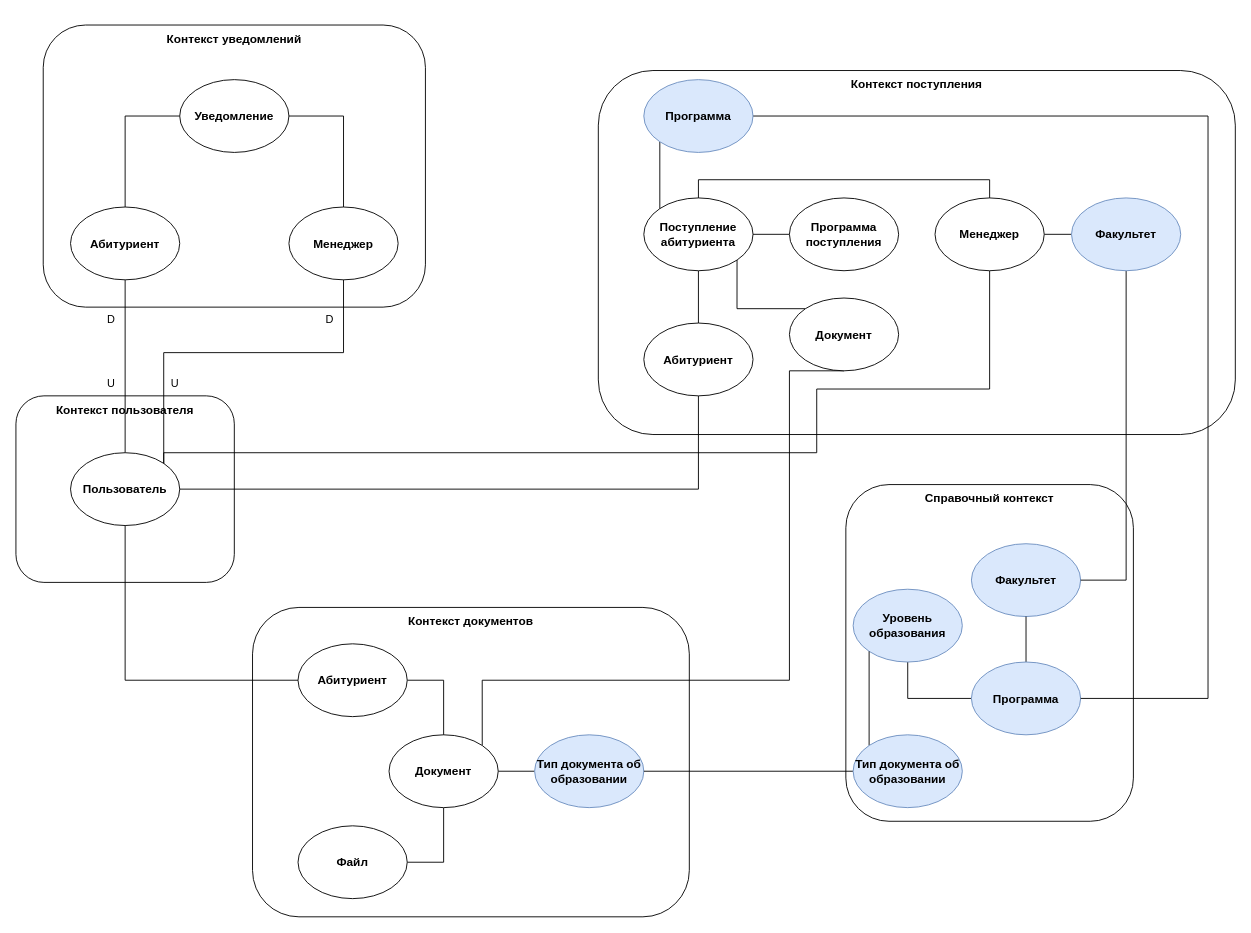
mikhail-belii/apa-system-backend keeps this draw.io diagram as page "Набросок контекстов" (2 of 3) of Applicant's personal account.drawio. Above is the earlier version. Source tidied: cells renumbered, new cells numbered last; positions are measured from the earlier drawing's top-left corner, leaving out a move shared by most shapes. Both pictures are drawn from the tidied source at 91%, with x=0, y=0 at pixel (15, 25).
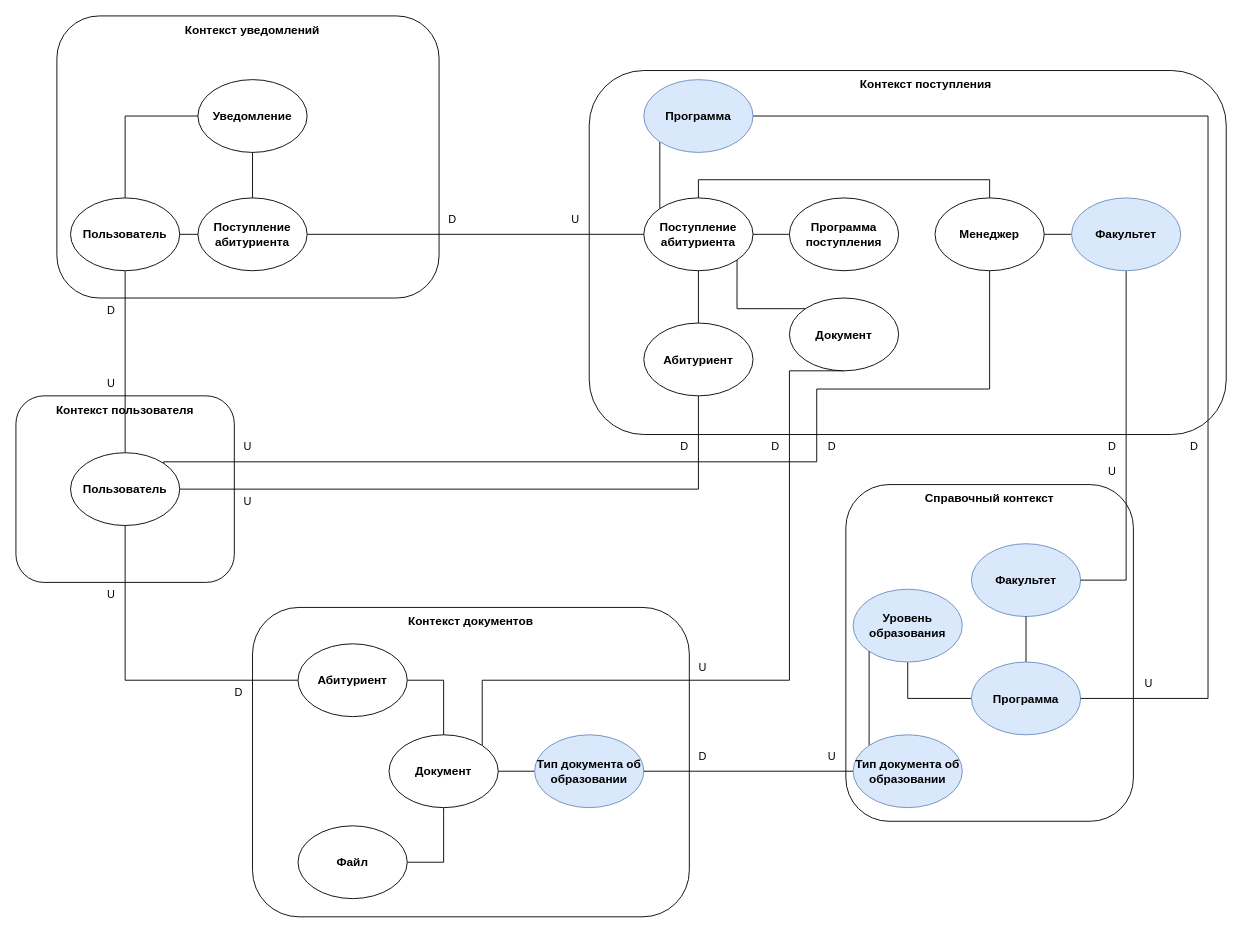
The same diagram, later.

Unchanged cells that the change refers to:
```xml
<mxCell id="6" value="Пользователь" style="ellipse;whiteSpace=wrap;html=1;fontStyle=1;fontSize=13;" parent="1" vertex="1">
  <mxGeometry x="60" y="470" width="120" height="80" as="geometry" />
</mxCell>
<mxCell id="40" value="Менеджер" style="ellipse;whiteSpace=wrap;html=1;fontStyle=1;fontSize=13;" parent="1" vertex="1">
  <mxGeometry x="1010" y="190" width="120" height="80" as="geometry" />
</mxCell>
<mxCell id="45" value="Поступление абитуриента" style="ellipse;whiteSpace=wrap;html=1;fontStyle=1;fontSize=13;" parent="1" vertex="1">
  <mxGeometry x="690" y="190" width="120" height="80" as="geometry" />
</mxCell>
```

The edit, as a diff of the source:
```diff
@@
     <mxCell id="5" style="edgeStyle=orthogonalEdgeStyle;rounded=0;jettySize=auto;html=1;exitX=1;exitY=1;exitDx=0;exitDy=0;entryX=0.5;entryY=1;entryDx=0;entryDy=0;endArrow=none;endFill=0;" parent="1" edge="1" source="6" target="40">
       <mxGeometry relative="1" as="geometry">
         <Array as="points">
-          <mxPoint x="162" y="470" />
-          <mxPoint x="880" y="470" />
+          <mxPoint x="162" y="480" />
+          <mxPoint x="880" y="480" />
           <mxPoint x="880" y="400" />
           <mxPoint x="1070" y="400" />
         </Array>
       </mxGeometry>
     </mxCell>
@@
-    <mxCell id="8" value="Абитуриент" style="ellipse;whiteSpace=wrap;html=1;fontStyle=1;fontSize=13;" parent="1" vertex="1">
-      <mxGeometry x="60" y="200" width="120" height="80" as="geometry" />
+    <mxCell id="8" value="Пользователь" style="ellipse;whiteSpace=wrap;html=1;fontStyle=1;fontSize=13;" parent="1" vertex="1">
+      <mxGeometry x="60" y="190" width="120" height="80" as="geometry" />
     </mxCell>
-    <mxCell id="9" value="Менеджер" style="ellipse;whiteSpace=wrap;html=1;fontStyle=1;fontSize=13;" parent="1" vertex="1">
-      <mxGeometry x="300" y="200" width="120" height="80" as="geometry" />
-    </mxCell>
-    <mxCell id="10" style="edgeStyle=orthogonalEdgeStyle;rounded=0;jettySize=auto;html=1;exitX=1;exitY=0.5;exitDx=0;exitDy=0;entryX=0.5;entryY=0;entryDx=0;entryDy=0;endArrow=none;endFill=0;" parent="1" edge="1" source="11" target="9">
-      <mxGeometry relative="1" as="geometry" />
-    </mxCell>
     <mxCell id="11" value="Уведомление" style="ellipse;whiteSpace=wrap;html=1;fontStyle=1;fontSize=13;" parent="1" vertex="1">
-      <mxGeometry x="180" y="60" width="120" height="80" as="geometry" />
+      <mxGeometry x="200" y="60" width="120" height="80" as="geometry" />
     </mxCell>
-    <mxCell id="12" style="edgeStyle=orthogonalEdgeStyle;rounded=0;jettySize=auto;html=1;entryX=0.5;entryY=1;entryDx=0;entryDy=0;exitX=1;exitY=0;exitDx=0;exitDy=0;endArrow=none;endFill=0;" parent="1" edge="1" source="6" target="9">
-      <mxGeometry relative="1" as="geometry">
-        <Array as="points">
-          <mxPoint x="162" y="360" />
-          <mxPoint x="360" y="360" />
-        </Array>
-      </mxGeometry>
-    </mxCell>
     <mxCell id="13" style="rounded=1;whiteSpace=wrap;html=1;fillColor=none;fontColor=default;shadow=0;glass=0;" parent="1" vertex="1">
-      <mxGeometry x="30" width="420" height="310" as="geometry" />
+      <mxGeometry x="45" y="-10" width="420" height="310" as="geometry" />
     </mxCell>
     <mxCell id="14" value="Контекст уведомлений" style="text;html=1;align=center;verticalAlign=middle;whiteSpace=wrap;rounded=0;fontStyle=1;fontSize=13;" parent="1" vertex="1">
-      <mxGeometry x="155" width="170" height="30" as="geometry" />
+      <mxGeometry x="175" y="-10" width="170" height="30" as="geometry" />
     </mxCell>
@@
-    <mxCell id="18" value="U" style="text;html=1;align=center;verticalAlign=middle;whiteSpace=wrap;rounded=0;" parent="1" vertex="1">
-      <mxGeometry x="160" y="380" width="30" height="27.5" as="geometry" />
-    </mxCell>
     <mxCell id="19" value="D" style="text;html=1;align=center;verticalAlign=middle;whiteSpace=wrap;rounded=0;" parent="1" vertex="1">
-      <mxGeometry x="90" y="310" width="30" height="27.5" as="geometry" />
+      <mxGeometry x="90" y="300" width="30" height="27.5" as="geometry" />
     </mxCell>
-    <mxCell id="20" value="D" style="text;html=1;align=center;verticalAlign=middle;whiteSpace=wrap;rounded=0;" parent="1" vertex="1">
-      <mxGeometry x="330" y="310" width="30" height="27.5" as="geometry" />
-    </mxCell>
@@
     <mxCell id="52" style="rounded=1;whiteSpace=wrap;html=1;fillColor=none;fontColor=default;shadow=0;glass=0;" parent="1" vertex="1">
-      <mxGeometry x="640" y="50" width="700" height="400" as="geometry" />
+      <mxGeometry x="630" y="50" width="700" height="400" as="geometry" />
     </mxCell>
@@
     <mxCell id="57" value="Контекст поступления" style="text;html=1;align=center;verticalAlign=middle;whiteSpace=wrap;rounded=0;fontSize=13;fontStyle=1;" parent="1" vertex="1">
-      <mxGeometry x="915" y="50" width="150" height="30" as="geometry" />
+      <mxGeometry x="925" y="50" width="150" height="30" as="geometry" />
     </mxCell>
+    <mxCell id="58" style="edgeStyle=orthogonalEdgeStyle;rounded=0;jettySize=auto;html=1;exitX=0;exitY=0.5;exitDx=0;exitDy=0;entryX=1;entryY=0.5;entryDx=0;entryDy=0;endArrow=none;endFill=0;" parent="1" edge="1" source="61" target="8">
+      <mxGeometry relative="1" as="geometry" />
+    </mxCell>
+    <mxCell id="59" style="edgeStyle=orthogonalEdgeStyle;rounded=0;jettySize=auto;html=1;exitX=0.5;exitY=0;exitDx=0;exitDy=0;entryX=0.5;entryY=1;entryDx=0;entryDy=0;endArrow=none;endFill=0;" parent="1" edge="1" source="61" target="11">
+      <mxGeometry relative="1" as="geometry" />
+    </mxCell>
+    <mxCell id="60" style="edgeStyle=orthogonalEdgeStyle;rounded=0;jettySize=auto;html=1;exitX=1;exitY=0.5;exitDx=0;exitDy=0;entryX=0;entryY=0.5;entryDx=0;entryDy=0;endArrow=none;endFill=0;" parent="1" edge="1" source="61" target="45">
+      <mxGeometry relative="1" as="geometry" />
+    </mxCell>
+    <mxCell id="61" value="Поступление абитуриента" style="ellipse;whiteSpace=wrap;html=1;fontStyle=1;fontSize=13;" parent="1" vertex="1">
+      <mxGeometry x="200" y="190" width="120" height="80" as="geometry" />
+    </mxCell>
+    <mxCell id="62" value="U" style="text;html=1;align=center;verticalAlign=middle;whiteSpace=wrap;rounded=0;" parent="1" vertex="1">
+      <mxGeometry x="240" y="450" width="30" height="27.5" as="geometry" />
+    </mxCell>
+    <mxCell id="63" value="U" style="text;html=1;align=center;verticalAlign=middle;whiteSpace=wrap;rounded=0;" parent="1" vertex="1">
+      <mxGeometry x="240" y="510" width="30" height="27.5" as="geometry" />
+    </mxCell>
+    <mxCell id="64" value="U" style="text;html=1;align=center;verticalAlign=middle;whiteSpace=wrap;rounded=0;" parent="1" vertex="1">
+      <mxGeometry x="90" y="612.5" width="30" height="27.5" as="geometry" />
+    </mxCell>
+    <mxCell id="65" value="D" style="text;html=1;align=center;verticalAlign=middle;whiteSpace=wrap;rounded=0;" parent="1" vertex="1">
+      <mxGeometry x="230" y="720" width="30" height="27.5" as="geometry" />
+    </mxCell>
+    <mxCell id="66" value="D" style="text;html=1;align=center;verticalAlign=middle;whiteSpace=wrap;rounded=0;" parent="1" vertex="1">
+      <mxGeometry x="720" y="450" width="30" height="27.5" as="geometry" />
+    </mxCell>
+    <mxCell id="67" value="D" style="text;html=1;align=center;verticalAlign=middle;whiteSpace=wrap;rounded=0;" parent="1" vertex="1">
+      <mxGeometry x="882" y="450" width="30" height="27.5" as="geometry" />
+    </mxCell>
+    <mxCell id="68" value="U" style="text;html=1;align=center;verticalAlign=middle;whiteSpace=wrap;rounded=0;" parent="1" vertex="1">
+      <mxGeometry x="740" y="692.5" width="30" height="27.5" as="geometry" />
+    </mxCell>
+    <mxCell id="69" value="D" style="text;html=1;align=center;verticalAlign=middle;whiteSpace=wrap;rounded=0;" parent="1" vertex="1">
+      <mxGeometry x="820" y="450" width="30" height="27.5" as="geometry" />
+    </mxCell>
+    <mxCell id="70" value="U" style="text;html=1;align=center;verticalAlign=middle;whiteSpace=wrap;rounded=0;" parent="1" vertex="1">
+      <mxGeometry x="882" y="790" width="30" height="27.5" as="geometry" />
+    </mxCell>
+    <mxCell id="71" value="D" style="text;html=1;align=center;verticalAlign=middle;whiteSpace=wrap;rounded=0;" parent="1" vertex="1">
+      <mxGeometry x="740" y="790" width="30" height="27.5" as="geometry" />
+    </mxCell>
+    <mxCell id="72" value="U" style="text;html=1;align=center;verticalAlign=middle;whiteSpace=wrap;rounded=0;" parent="1" vertex="1">
+      <mxGeometry x="1230" y="710" width="30" height="27.5" as="geometry" />
+    </mxCell>
+    <mxCell id="73" value="U" style="text;html=1;align=center;verticalAlign=middle;whiteSpace=wrap;rounded=0;" parent="1" vertex="1">
+      <mxGeometry x="1190" y="477.5" width="30" height="27.5" as="geometry" />
+    </mxCell>
+    <mxCell id="74" value="D" style="text;html=1;align=center;verticalAlign=middle;whiteSpace=wrap;rounded=0;" parent="1" vertex="1">
+      <mxGeometry x="1190" y="450" width="30" height="27.5" as="geometry" />
+    </mxCell>
+    <mxCell id="75" value="D" style="text;html=1;align=center;verticalAlign=middle;whiteSpace=wrap;rounded=0;" parent="1" vertex="1">
+      <mxGeometry x="1280" y="450" width="30" height="27.5" as="geometry" />
+    </mxCell>
+    <mxCell id="76" value="U" style="text;html=1;align=center;verticalAlign=middle;whiteSpace=wrap;rounded=0;" parent="1" vertex="1">
+      <mxGeometry x="600" y="200" width="30" height="27.5" as="geometry" />
+    </mxCell>
+    <mxCell id="77" value="D" style="text;html=1;align=center;verticalAlign=middle;whiteSpace=wrap;rounded=0;" parent="1" vertex="1">
+      <mxGeometry x="465" y="200" width="30" height="27.5" as="geometry" />
+    </mxCell>
```
